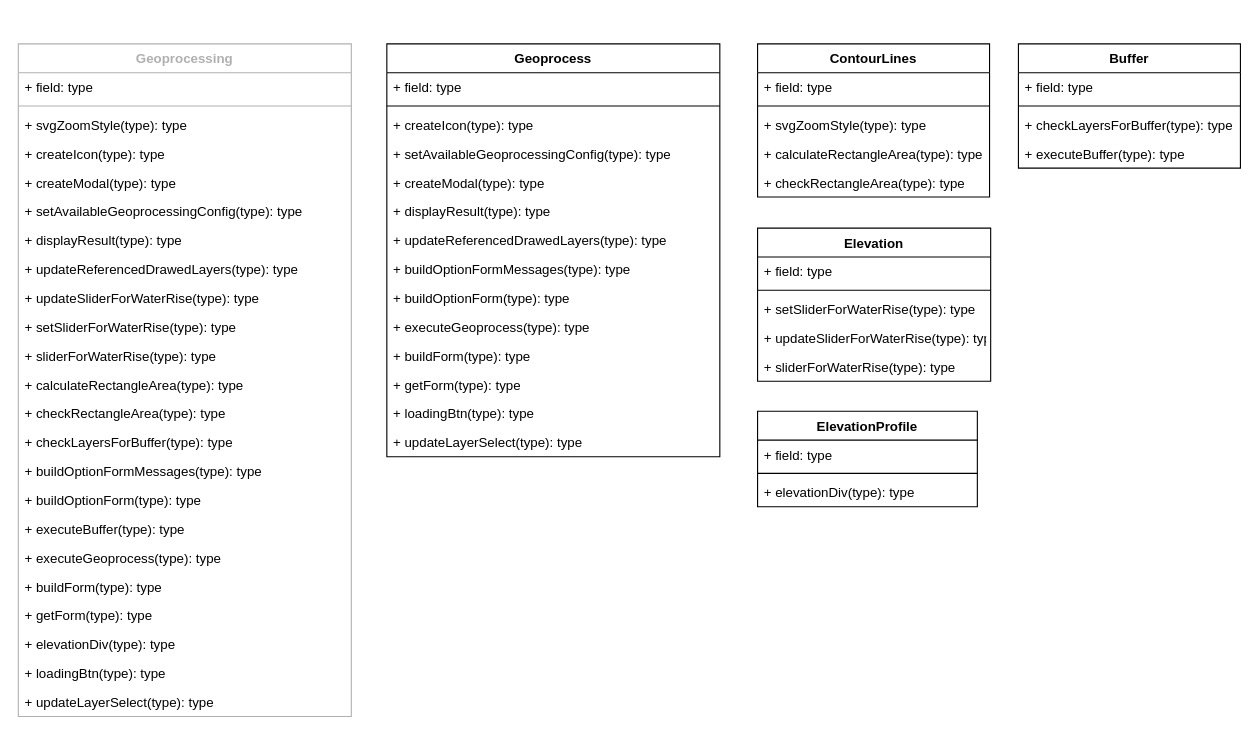
Above: page "Refactor" (1 of 2) of src/docs/Geoprocess.drawio in ign-argentina/argenmap (draw.io), before the change. Source tidied: cells renumbered, new cells numbered last; positions are measured from the earlier drawing's top-left corner, leaving out a move shared by most shapes. Both pictures are drawn from the tidied source at 111%, with x=0, y=0 at pixel (18, 43).
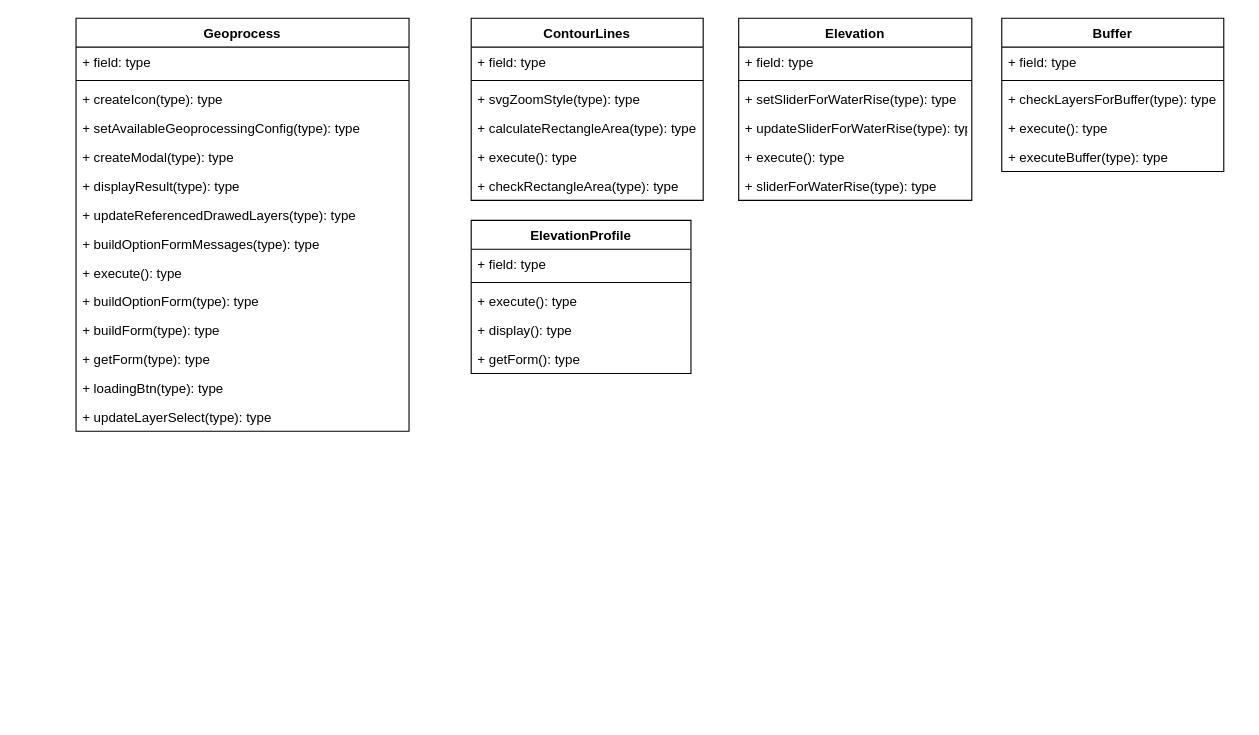
The same page after the edit.

Commit message:
class diagram update

What changed in the source:
```diff
@@
-    <mxCell id="2" value="Geoprocessing" style="swimlane;fontStyle=1;align=center;verticalAlign=top;horizontal=1;startSize=26;strokeColor=#B0B0B0;fontColor=#B0B0B0;" parent="1" vertex="1">
-      <mxGeometry width="300" height="606" as="geometry" />
-    </mxCell>
-    <mxCell id="3" value="+ field: type" style="text;strokeColor=none;fillColor=none;align=left;verticalAlign=top;spacingLeft=4;spacingRight=4;overflow=hidden;" parent="2" vertex="1">
-      <mxGeometry y="26" width="300" height="26" as="geometry" />
-    </mxCell>
-    <mxCell id="4" style="line;strokeWidth=1;fillColor=none;align=left;verticalAlign=middle;spacingTop=-1;spacingLeft=3;spacingRight=3;labelPosition=right;strokeColor=inherit;" parent="2" vertex="1">
-      <mxGeometry y="52" width="300" height="8" as="geometry" />
-    </mxCell>
-    <mxCell id="5" value="+ svgZoomStyle(type): type" style="text;strokeColor=none;fillColor=none;align=left;verticalAlign=top;spacingLeft=4;spacingRight=4;overflow=hidden;" parent="2" vertex="1">
-      <mxGeometry y="60" width="300" height="26" as="geometry" />
-    </mxCell>
-    <mxCell id="6" value="+ createIcon(type): type" style="text;strokeColor=none;fillColor=none;align=left;verticalAlign=top;spacingLeft=4;spacingRight=4;overflow=hidden;" parent="2" vertex="1">
-      <mxGeometry y="86" width="300" height="26" as="geometry" />
-    </mxCell>
-    <mxCell id="7" value="+ createModal(type): type" style="text;strokeColor=none;fillColor=none;align=left;verticalAlign=top;spacingLeft=4;spacingRight=4;overflow=hidden;" parent="2" vertex="1">
-      <mxGeometry y="112" width="300" height="26" as="geometry" />
-    </mxCell>
-    <mxCell id="8" value="+ setAvailableGeoprocessingConfig(type): type" style="text;strokeColor=none;fillColor=none;align=left;verticalAlign=top;spacingLeft=4;spacingRight=4;overflow=hidden;" parent="2" vertex="1">
-      <mxGeometry y="138" width="300" height="26" as="geometry" />
-    </mxCell>
-    <mxCell id="9" value="+ displayResult(type): type" style="text;strokeColor=none;fillColor=none;align=left;verticalAlign=top;spacingLeft=4;spacingRight=4;overflow=hidden;" parent="2" vertex="1">
-      <mxGeometry y="164" width="300" height="26" as="geometry" />
-    </mxCell>
-    <mxCell id="10" value="+ updateReferencedDrawedLayers(type): type" style="text;strokeColor=none;fillColor=none;align=left;verticalAlign=top;spacingLeft=4;spacingRight=4;overflow=hidden;" parent="2" vertex="1">
-      <mxGeometry y="190" width="300" height="26" as="geometry" />
-    </mxCell>
-    <mxCell id="11" value="+ updateSliderForWaterRise(type): type" style="text;strokeColor=none;fillColor=none;align=left;verticalAlign=top;spacingLeft=4;spacingRight=4;overflow=hidden;" parent="2" vertex="1">
-      <mxGeometry y="216" width="300" height="26" as="geometry" />
-    </mxCell>
-    <mxCell id="12" value="+ setSliderForWaterRise(type): type" style="text;strokeColor=none;fillColor=none;align=left;verticalAlign=top;spacingLeft=4;spacingRight=4;overflow=hidden;" parent="2" vertex="1">
-      <mxGeometry y="242" width="300" height="26" as="geometry" />
-    </mxCell>
-    <mxCell id="13" value="+ sliderForWaterRise(type): type" style="text;strokeColor=none;fillColor=none;align=left;verticalAlign=top;spacingLeft=4;spacingRight=4;overflow=hidden;" parent="2" vertex="1">
-      <mxGeometry y="268" width="300" height="26" as="geometry" />
-    </mxCell>
-    <mxCell id="14" value="+ calculateRectangleArea(type): type" style="text;strokeColor=none;fillColor=none;align=left;verticalAlign=top;spacingLeft=4;spacingRight=4;overflow=hidden;" parent="2" vertex="1">
-      <mxGeometry y="294" width="300" height="26" as="geometry" />
-    </mxCell>
-    <mxCell id="15" value="+ checkRectangleArea(type): type" style="text;strokeColor=none;fillColor=none;align=left;verticalAlign=top;spacingLeft=4;spacingRight=4;overflow=hidden;" parent="2" vertex="1">
-      <mxGeometry y="320" width="300" height="26" as="geometry" />
-    </mxCell>
-    <mxCell id="16" value="+ checkLayersForBuffer(type): type" style="text;strokeColor=none;fillColor=none;align=left;verticalAlign=top;spacingLeft=4;spacingRight=4;overflow=hidden;" parent="2" vertex="1">
-      <mxGeometry y="346" width="300" height="26" as="geometry" />
-    </mxCell>
-    <mxCell id="17" value="+ buildOptionFormMessages(type): type" style="text;strokeColor=none;fillColor=none;align=left;verticalAlign=top;spacingLeft=4;spacingRight=4;overflow=hidden;" parent="2" vertex="1">
-      <mxGeometry y="372" width="300" height="26" as="geometry" />
-    </mxCell>
-    <mxCell id="18" value="+ buildOptionForm(type): type" style="text;strokeColor=none;fillColor=none;align=left;verticalAlign=top;spacingLeft=4;spacingRight=4;overflow=hidden;" parent="2" vertex="1">
-      <mxGeometry y="398" width="300" height="26" as="geometry" />
-    </mxCell>
-    <mxCell id="19" value="+ executeBuffer(type): type" style="text;strokeColor=none;fillColor=none;align=left;verticalAlign=top;spacingLeft=4;spacingRight=4;overflow=hidden;" parent="2" vertex="1">
-      <mxGeometry y="424" width="300" height="26" as="geometry" />
-    </mxCell>
-    <mxCell id="20" value="+ executeGeoprocess(type): type" style="text;strokeColor=none;fillColor=none;align=left;verticalAlign=top;spacingLeft=4;spacingRight=4;overflow=hidden;" parent="2" vertex="1">
-      <mxGeometry y="450" width="300" height="26" as="geometry" />
-    </mxCell>
-    <mxCell id="21" value="+ buildForm(type): type" style="text;strokeColor=none;fillColor=none;align=left;verticalAlign=top;spacingLeft=4;spacingRight=4;overflow=hidden;" parent="2" vertex="1">
-      <mxGeometry y="476" width="300" height="26" as="geometry" />
-    </mxCell>
-    <mxCell id="22" value="+ getForm(type): type" style="text;strokeColor=none;fillColor=none;align=left;verticalAlign=top;spacingLeft=4;spacingRight=4;overflow=hidden;" parent="2" vertex="1">
-      <mxGeometry y="502" width="300" height="26" as="geometry" />
-    </mxCell>
-    <mxCell id="23" value="+ elevationDiv(type): type" style="text;strokeColor=none;fillColor=none;align=left;verticalAlign=top;spacingLeft=4;spacingRight=4;overflow=hidden;" parent="2" vertex="1">
-      <mxGeometry y="528" width="300" height="26" as="geometry" />
-    </mxCell>
-    <mxCell id="24" value="+ loadingBtn(type): type" style="text;strokeColor=none;fillColor=none;align=left;verticalAlign=top;spacingLeft=4;spacingRight=4;overflow=hidden;" parent="2" vertex="1">
-      <mxGeometry y="554" width="300" height="26" as="geometry" />
-    </mxCell>
-    <mxCell id="25" value="+ updateLayerSelect(type): type" style="text;strokeColor=none;fillColor=none;align=left;verticalAlign=top;spacingLeft=4;spacingRight=4;overflow=hidden;" parent="2" vertex="1">
-      <mxGeometry y="580" width="300" height="26" as="geometry" />
-    </mxCell>
     <mxCell id="26" value="Elevation" style="swimlane;fontStyle=1;align=center;verticalAlign=top;horizontal=1;startSize=26;" parent="1" vertex="1">
-      <mxGeometry x="666" y="166" width="210" height="138" as="geometry" />
+      <mxGeometry x="649" y="-23" width="210" height="164" as="geometry" />
     </mxCell>
@@
+    <mxCell id="62" value="+ execute(): type" style="text;strokeColor=none;fillColor=none;align=left;verticalAlign=top;spacingLeft=4;spacingRight=4;overflow=hidden;" parent="26" vertex="1">
+      <mxGeometry y="112" width="210" height="26" as="geometry" />
+    </mxCell>
     <mxCell id="31" value="+ sliderForWaterRise(type): type" style="text;strokeColor=none;fillColor=none;align=left;verticalAlign=top;spacingLeft=4;spacingRight=4;overflow=hidden;" parent="26" vertex="1">
-      <mxGeometry y="112" width="210" height="26" as="geometry" />
+      <mxGeometry y="138" width="210" height="26" as="geometry" />
     </mxCell>
     <mxCell id="32" value="ContourLines" style="swimlane;fontStyle=1;align=center;verticalAlign=top;horizontal=1;startSize=26;" parent="1" vertex="1">
-      <mxGeometry x="666" width="209" height="138" as="geometry" />
+      <mxGeometry x="408" y="-23" width="209" height="164" as="geometry" />
     </mxCell>
@@
+    <mxCell id="63" value="+ execute(): type" style="text;strokeColor=none;fillColor=none;align=left;verticalAlign=top;spacingLeft=4;spacingRight=4;overflow=hidden;" parent="32" vertex="1">
+      <mxGeometry y="112" width="209" height="26" as="geometry" />
+    </mxCell>
     <mxCell id="37" value="+ checkRectangleArea(type): type" style="text;strokeColor=none;fillColor=none;align=left;verticalAlign=top;spacingLeft=4;spacingRight=4;overflow=hidden;" parent="32" vertex="1">
-      <mxGeometry y="112" width="209" height="26" as="geometry" />
+      <mxGeometry y="138" width="209" height="26" as="geometry" />
     </mxCell>
     <mxCell id="38" value="Buffer" style="swimlane;fontStyle=1;align=center;verticalAlign=top;horizontal=1;startSize=26;" parent="1" vertex="1">
-      <mxGeometry x="901" width="200" height="112" as="geometry" />
+      <mxGeometry x="886" y="-23" width="200" height="138" as="geometry" />
     </mxCell>
@@
+    <mxCell id="64" value="+ execute(): type" style="text;strokeColor=none;fillColor=none;align=left;verticalAlign=top;spacingLeft=4;spacingRight=4;overflow=hidden;" parent="38" vertex="1">
+      <mxGeometry y="86" width="200" height="26" as="geometry" />
+    </mxCell>
     <mxCell id="42" value="+ executeBuffer(type): type" style="text;strokeColor=none;fillColor=none;align=left;verticalAlign=top;spacingLeft=4;spacingRight=4;overflow=hidden;" parent="38" vertex="1">
-      <mxGeometry y="86" width="200" height="26" as="geometry" />
+      <mxGeometry y="112" width="200" height="26" as="geometry" />
     </mxCell>
     <mxCell id="43" value="ElevationProfile" style="swimlane;fontStyle=1;align=center;verticalAlign=top;horizontal=1;startSize=26;" parent="1" vertex="1">
-      <mxGeometry x="666" y="331" width="198" height="86" as="geometry" />
+      <mxGeometry x="408" y="159" width="198" height="138" as="geometry" />
     </mxCell>
@@
-    <mxCell id="46" value="+ elevationDiv(type): type" style="text;strokeColor=none;fillColor=none;align=left;verticalAlign=top;spacingLeft=4;spacingRight=4;overflow=hidden;" parent="43" vertex="1">
+    <mxCell id="46" value="+ execute(): type" style="text;strokeColor=none;fillColor=none;align=left;verticalAlign=top;spacingLeft=4;spacingRight=4;overflow=hidden;" parent="43" vertex="1">
       <mxGeometry y="60" width="198" height="26" as="geometry" />
     </mxCell>
+    <mxCell id="65" value="+ display(): type" style="text;strokeColor=none;fillColor=none;align=left;verticalAlign=top;spacingLeft=4;spacingRight=4;overflow=hidden;" parent="43" vertex="1">
+      <mxGeometry y="86" width="198" height="26" as="geometry" />
+    </mxCell>
+    <mxCell id="66" value="+ getForm(): type" style="text;strokeColor=none;fillColor=none;align=left;verticalAlign=top;spacingLeft=4;spacingRight=4;overflow=hidden;" parent="43" vertex="1">
+      <mxGeometry y="112" width="198" height="26" as="geometry" />
+    </mxCell>
     <mxCell id="47" value="Geoprocess" style="swimlane;fontStyle=1;align=center;verticalAlign=top;horizontal=1;startSize=26;" parent="1" vertex="1">
-      <mxGeometry x="332" width="300" height="372" as="geometry" />
+      <mxGeometry x="52" y="-23" width="300" height="372" as="geometry" />
     </mxCell>
@@
+    <mxCell id="67" value="+ execute(): type" style="text;strokeColor=none;fillColor=none;align=left;verticalAlign=top;spacingLeft=4;spacingRight=4;overflow=hidden;" parent="47" vertex="1">
+      <mxGeometry y="216" width="300" height="26" as="geometry" />
+    </mxCell>
     <mxCell id="56" value="+ buildOptionForm(type): type" style="text;strokeColor=none;fillColor=none;align=left;verticalAlign=top;spacingLeft=4;spacingRight=4;overflow=hidden;" parent="47" vertex="1">
-      <mxGeometry y="216" width="300" height="26" as="geometry" />
+      <mxGeometry y="242" width="300" height="26" as="geometry" />
     </mxCell>
-    <mxCell id="57" value="+ executeGeoprocess(type): type" style="text;strokeColor=none;fillColor=none;align=left;verticalAlign=top;spacingLeft=4;spacingRight=4;overflow=hidden;" parent="47" vertex="1">
-      <mxGeometry y="242" width="300" height="26" as="geometry" />
-    </mxCell>
```
